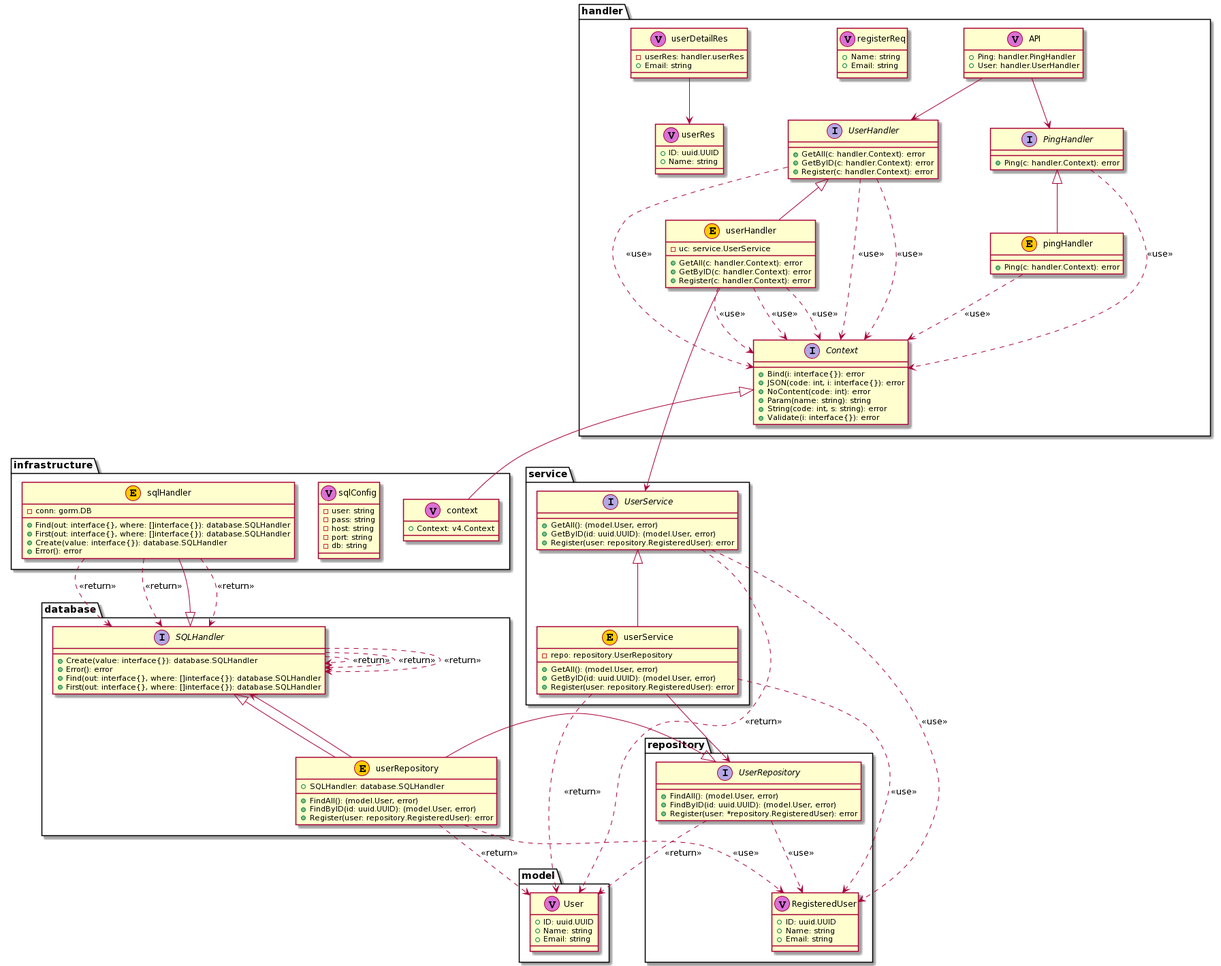
The PlantUML diagram architecture.png in ras0q/clean-architecture-sample, before a commit.
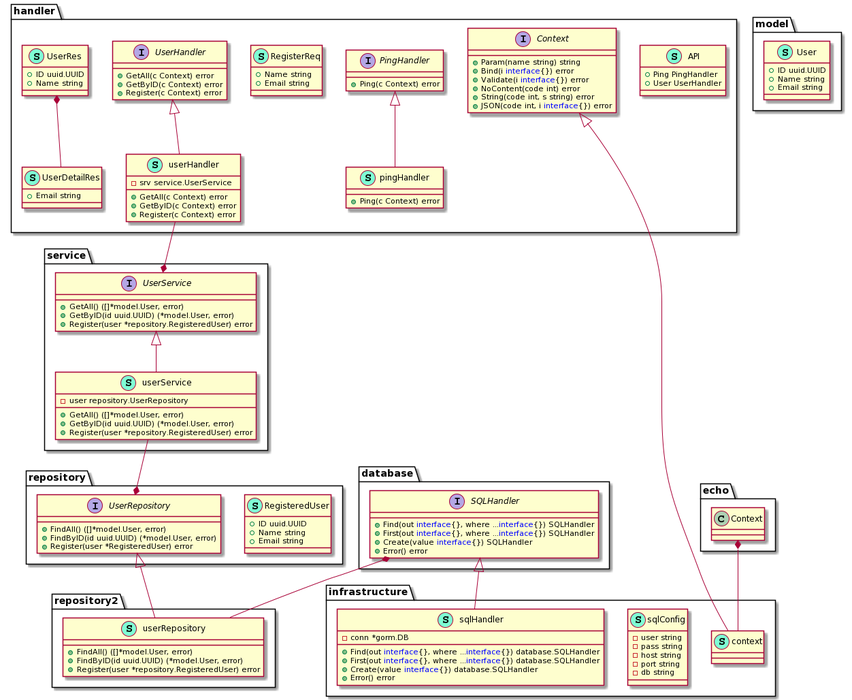
Above is the later version.

The edit, as a diff of the source:
```diff
@@ -1,229 +1,156 @@
 @startuml
-package "model" {
-	class "User" as model.User <<V,Orchid>> {
-		+ID: uuid.UUID
-		+Name: string
-		+Email: string
-	}
+namespace database {
+    interface SQLHandler  {
+        + Find(out <font color=blue>interface</font>{}, where ...<font color=blue>interface</font>{}) SQLHandler
+        + First(out <font color=blue>interface</font>{}, where ...<font color=blue>interface</font>{}) SQLHandler
+        + Create(value <font color=blue>interface</font>{}) SQLHandler
+        + Error() error
+
+    }
 }
 
 
+namespace handler {
+    class API << (S,Aquamarine) >> {
+        + Ping PingHandler
+        + User UserHandler
 
-package "repository" {
-	class "RegisteredUser" as repository.RegisteredUser <<V,Orchid>> {
-		+ID: uuid.UUID
-		+Name: string
-		+Email: string
-	}
+    }
+    interface Context  {
+        + Param(name string) string
+        + Bind(i <font color=blue>interface</font>{}) error
+        + Validate(i <font color=blue>interface</font>{}) error
+        + NoContent(code int) error
+        + String(code int, s string) error
+        + JSON(code int, i <font color=blue>interface</font>{}) error
+
+    }
+    interface PingHandler  {
+        + Ping(c Context) error
+
+    }
+    class RegisterReq << (S,Aquamarine) >> {
+        + Name string
+        + Email string
+
+    }
+    class UserDetailRes << (S,Aquamarine) >> {
+        + Email string
+
+    }
+    interface UserHandler  {
+        + GetAll(c Context) error
+        + GetByID(c Context) error
+        + Register(c Context) error
+
+    }
+    class UserRes << (S,Aquamarine) >> {
+        + ID uuid.UUID
+        + Name string
+
+    }
+    class pingHandler << (S,Aquamarine) >> {
+        + Ping(c Context) error
+
+    }
+    class userHandler << (S,Aquamarine) >> {
+        - srv service.UserService
+
+        + GetAll(c Context) error
+        + GetByID(c Context) error
+        + Register(c Context) error
+
+    }
+}
+"handler.UserRes" *-- "handler.UserDetailRes"
+
+"handler.PingHandler" <|-- "handler.pingHandler"
+"handler.UserHandler" <|-- "handler.userHandler"
+
+namespace infrastructure {
+    class context << (S,Aquamarine) >> {
+    }
+    class sqlConfig << (S,Aquamarine) >> {
+        - user string
+        - pass string
+        - host string
+        - port string
+        - db string
+
+    }
+    class sqlHandler << (S,Aquamarine) >> {
+        - conn *gorm.DB
+
+        + Find(out <font color=blue>interface</font>{}, where ...<font color=blue>interface</font>{}) database.SQLHandler
+        + First(out <font color=blue>interface</font>{}, where ...<font color=blue>interface</font>{}) database.SQLHandler
+        + Create(value <font color=blue>interface</font>{}) database.SQLHandler
+        + Error() error
+
+    }
+}
+"echo.Context" *-- "infrastructure.context"
+
+"database.SQLHandler" <|-- "infrastructure.sqlHandler"
+
+namespace model {
+    class User << (S,Aquamarine) >> {
+        + ID uuid.UUID
+        + Name string
+        + Email string
+
+    }
 }
 
 
+namespace repository {
+    class RegisteredUser << (S,Aquamarine) >> {
+        + ID uuid.UUID
+        + Name string
+        + Email string
 
-package "repository" {
-	interface "UserRepository" as repository.UserRepository {
-		+FindAll(): (model.User, error)
-		+FindByID(id: uuid.UUID): (model.User, error)
-		+Register(user: *repository.RegisteredUser): error
-	}
+    }
+    interface UserRepository  {
+        + FindAll() ([]*model.User, error)
+        + FindByID(id uuid.UUID) (*model.User, error)
+        + Register(user *RegisteredUser) error
+
+    }
 }
 
 
-	repository.UserRepository ..> model.User : <<return>>
-	repository.UserRepository ..> repository.RegisteredUser : <<use>>
+namespace repository2 {
+    class userRepository << (S,Aquamarine) >> {
+        + FindAll() ([]*model.User, error)
+        + FindByID(id uuid.UUID) (*model.User, error)
+        + Register(user *repository.RegisteredUser) error
 
-package "service" {
-	interface "UserService" as service.UserService {
-		+GetAll(): (model.User, error)
-		+GetByID(id: uuid.UUID): (model.User, error)
-		+Register(user: repository.RegisteredUser): error
-	}
+    }
+}
+"database.SQLHandler" *-- "repository2.userRepository"
+
+"repository.UserRepository" <|-- "repository2.userRepository"
+
+namespace service {
+    interface UserService  {
+        + GetAll() ([]*model.User, error)
+        + GetByID(id uuid.UUID) (*model.User, error)
+        + Register(user *repository.RegisteredUser) error
+
+    }
+    class userService << (S,Aquamarine) >> {
+        - user repository.UserRepository
+
+        + GetAll() ([]*model.User, error)
+        + GetByID(id uuid.UUID) (*model.User, error)
+        + Register(user *repository.RegisteredUser) error
+
+    }
 }
 
-
-	service.UserService ..> model.User : <<return>>
-	service.UserService ..> repository.RegisteredUser : <<use>>
-
-package "service" {
-	class "userService" as service.userService <<E,#FFCC00>> {
-		-repo: repository.UserRepository
-		+GetAll(): (model.User, error)
-		+GetByID(id: uuid.UUID): (model.User, error)
-		+Register(user: repository.RegisteredUser): error
-	}
-}
-
-	service.userService --> repository.UserRepository
-
-	service.userService ..> model.User : <<return>>
-	service.userService ..> repository.RegisteredUser : <<use>>
-
-package "database" {
-	interface "SQLHandler" as database.SQLHandler {
-		+Create(value: interface{}): database.SQLHandler
-		+Error(): error
-		+Find(out: interface{}, where: []interface{}): database.SQLHandler
-		+First(out: interface{}, where: []interface{}): database.SQLHandler
-	}
-}
+"service.UserService" <|-- "service.userService"
 
 
-	database.SQLHandler ..> database.SQLHandler : <<return>>
-	database.SQLHandler ..> database.SQLHandler : <<return>>
-	database.SQLHandler ..> database.SQLHandler : <<return>>
-
-package "database" {
-	class "userRepository" as database.userRepository <<E,#FFCC00>> {
-		+SQLHandler: database.SQLHandler
-		+FindAll(): (model.User, error)
-		+FindByID(id: uuid.UUID): (model.User, error)
-		+Register(user: repository.RegisteredUser): error
-	}
-}
-
-	database.userRepository --> database.SQLHandler
-
-	database.userRepository ..> model.User : <<return>>
-	database.userRepository ..> repository.RegisteredUser : <<use>>
-
-package "handler" {
-	class "API" as handler.API <<V,Orchid>> {
-		+Ping: handler.PingHandler
-		+User: handler.UserHandler
-	}
-}
-
-	handler.API --> handler.PingHandler
-	handler.API --> handler.UserHandler
-
-
-package "handler" {
-	interface "Context" as handler.Context {
-		+Bind(i: interface{}): error
-		+JSON(code: int, i: interface{}): error
-		+NoContent(code: int): error
-		+Param(name: string): string
-		+String(code: int, s: string): error
-		+Validate(i: interface{}): error
-	}
-}
-
-
-
-package "handler" {
-	interface "PingHandler" as handler.PingHandler {
-		+Ping(c: handler.Context): error
-	}
-}
-
-
-	handler.PingHandler ..> handler.Context : <<use>>
-
-package "handler" {
-	interface "UserHandler" as handler.UserHandler {
-		+GetAll(c: handler.Context): error
-		+GetByID(c: handler.Context): error
-		+Register(c: handler.Context): error
-	}
-}
-
-
-	handler.UserHandler ..> handler.Context : <<use>>
-	handler.UserHandler ..> handler.Context : <<use>>
-	handler.UserHandler ..> handler.Context : <<use>>
-
-package "handler" {
-	class "pingHandler" as handler.pingHandler <<E,#FFCC00>> {
-		+Ping(c: handler.Context): error
-	}
-}
-
-
-	handler.pingHandler ..> handler.Context : <<use>>
-
-package "handler" {
-	class "registerReq" as handler.registerReq <<V,Orchid>> {
-		+Name: string
-		+Email: string
-	}
-}
-
-
-
-package "handler" {
-	class "userDetailRes" as handler.userDetailRes <<V,Orchid>> {
-		-userRes: handler.userRes
-		+Email: string
-	}
-}
-
-	handler.userDetailRes --> handler.userRes
-
-
-package "handler" {
-	class "userHandler" as handler.userHandler <<E,#FFCC00>> {
-		-uc: service.UserService
-		+GetAll(c: handler.Context): error
-		+GetByID(c: handler.Context): error
-		+Register(c: handler.Context): error
-	}
-}
-
-	handler.userHandler --> service.UserService
-
-	handler.userHandler ..> handler.Context : <<use>>
-	handler.userHandler ..> handler.Context : <<use>>
-	handler.userHandler ..> handler.Context : <<use>>
-
-package "handler" {
-	class "userRes" as handler.userRes <<V,Orchid>> {
-		+ID: uuid.UUID
-		+Name: string
-	}
-}
-
-
-
-package "infrastructure" {
-	class "context" as infrastructure.context <<V,Orchid>> {
-		+Context: v4.Context
-	}
-}
-
-
-
-package "infrastructure" {
-	class "sqlConfig" as infrastructure.sqlConfig <<V,Orchid>> {
-		-user: string
-		-pass: string
-		-host: string
-		-port: string
-		-db: string
-	}
-}
-
-
-
-package "infrastructure" {
-	class "sqlHandler" as infrastructure.sqlHandler <<E,#FFCC00>> {
-		-conn: gorm.DB
-		+Find(out: interface{}, where: []interface{}): database.SQLHandler
-		+First(out: interface{}, where: []interface{}): database.SQLHandler
-		+Create(value: interface{}): database.SQLHandler
-		+Error(): error
-	}
-}
-
-
-	infrastructure.sqlHandler ..> database.SQLHandler : <<return>>
-	infrastructure.sqlHandler ..> database.SQLHandler : <<return>>
-	infrastructure.sqlHandler ..> database.SQLHandler : <<return>>
-
-	service.userService -up-|> service.UserService
-	database.userRepository -up-|> database.SQLHandler
-	handler.pingHandler -up-|> handler.PingHandler
-	handler.userHandler -up-|> handler.UserHandler
-	infrastructure.context -up-|> handler.Context
-
-	database.userRepository -up-|> repository.UserRepository
-	infrastructure.sqlHandler -up-|> database.SQLHandler
+"repository.UserRepository" *-up- "service.userService"
+"service.UserService" *-up- "handler.userHandler"
+"handler.Context" <|-- "infrastructure.context"
 @enduml
```
